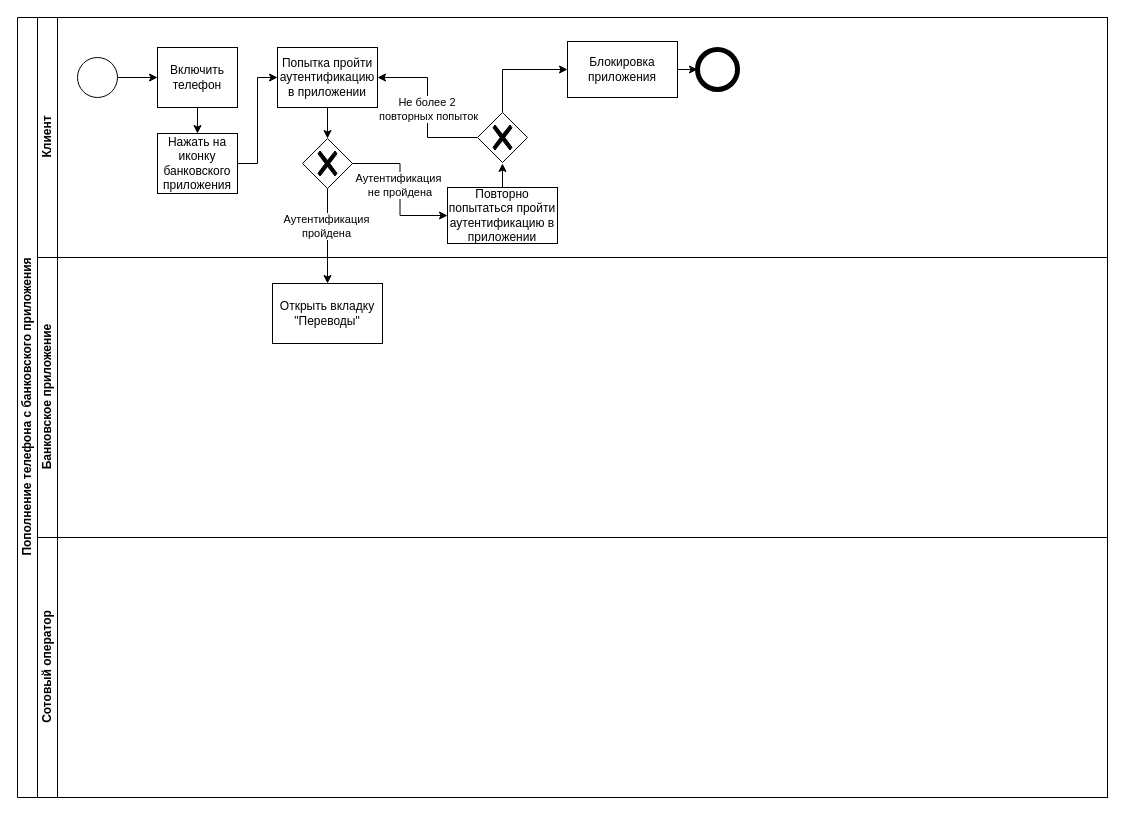
The draw.io diagram BPMN для тестового задания.drawio in pytonuserouner/UML_study, before the edit. Source tidied: cells renumbered, new cells numbered last; positions are measured from the earlier drawing's top-left corner, leaving out a move shared by most shapes. Both pictures are drawn from the tidied source at 100%, with x=0, y=0 at pixel (17, 17).
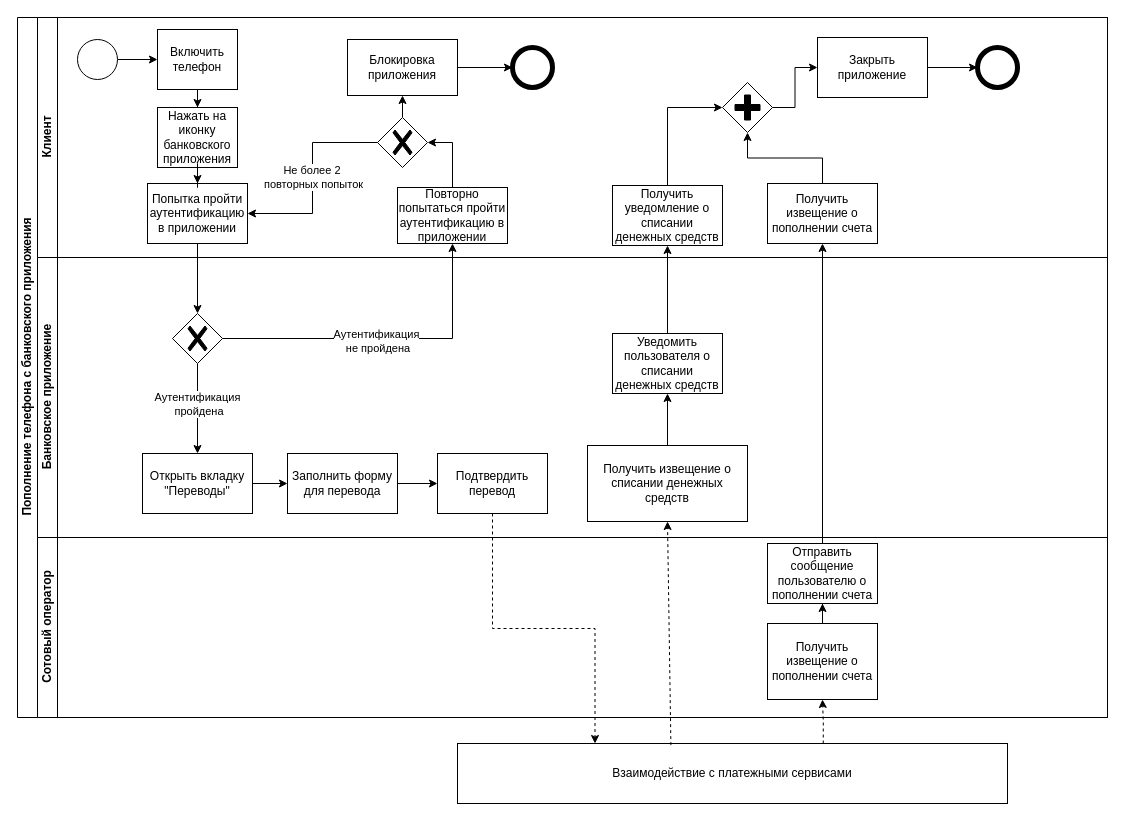
The same page after the edit.

Unchanged cells that the change refers to:
```xml
<mxCell id="3" value="Клиент" style="swimlane;html=1;startSize=20;horizontal=0;" parent="2" vertex="1">
  <mxGeometry x="20" width="1070" height="240" as="geometry" />
</mxCell>
<mxCell id="24" value="Банковское приложение" style="swimlane;html=1;startSize=20;horizontal=0;" parent="2" vertex="1">
  <mxGeometry x="20" y="240" width="1070" height="280" as="geometry" />
</mxCell>
```

The edit, as a diff of the source:
```diff
@@
     <mxCell id="2" value="Пополнение телефона с банковского приложения" style="swimlane;html=1;horizontal=0;startSize=20;" parent="1" vertex="1">
-      <mxGeometry width="1090" height="780" as="geometry" />
+      <mxGeometry width="1090" height="700" as="geometry" />
     </mxCell>
@@
     <mxCell id="5" style="ellipse;whiteSpace=wrap;html=1;" parent="3" vertex="1">
-      <mxGeometry x="40" y="40" width="40" height="40" as="geometry" />
+      <mxGeometry x="40" y="22" width="40" height="40" as="geometry" />
     </mxCell>
@@
     <mxCell id="7" value="Включить телефон" style="rounded=0;whiteSpace=wrap;html=1;fontFamily=Helvetica;fontSize=12;fontColor=#000000;align=center;" parent="3" vertex="1">
-      <mxGeometry x="120" y="30" width="80" height="60" as="geometry" />
+      <mxGeometry x="120" y="12" width="80" height="60" as="geometry" />
     </mxCell>
     <mxCell id="8" style="ellipse;whiteSpace=wrap;html=1;strokeWidth=5;" parent="3" vertex="1">
-      <mxGeometry x="660" y="32" width="40" height="40" as="geometry" />
+      <mxGeometry x="475" y="30" width="40" height="40" as="geometry" />
     </mxCell>
-    <mxCell id="9" style="edgeStyle=orthogonalEdgeStyle;rounded=0;jettySize=auto;html=1;entryX=0;entryY=0.5;entryDx=0;entryDy=0;" parent="3" edge="1" source="10" target="11">
-      <mxGeometry relative="1" as="geometry" />
-    </mxCell>
     <mxCell id="10" value="Нажать на иконку банковского приложения" style="rounded=0;whiteSpace=wrap;html=1;fontFamily=Helvetica;fontSize=12;fontColor=#000000;align=center;" parent="3" vertex="1">
-      <mxGeometry x="120" y="116" width="80" height="60" as="geometry" />
+      <mxGeometry x="120" y="90" width="80" height="60" as="geometry" />
     </mxCell>
-    <mxCell id="11" value="Попытка пройти аутентификацию в приложении" style="rounded=0;whiteSpace=wrap;html=1;fontFamily=Helvetica;fontSize=12;fontColor=#000000;align=center;" parent="3" vertex="1">
-      <mxGeometry x="240" y="30" width="100" height="60" as="geometry" />
-    </mxCell>
-    <mxCell id="12" style="edgeStyle=orthogonalEdgeStyle;rounded=0;jettySize=auto;html=1;exitX=1;exitY=0.5;exitDx=0;exitDy=0;exitPerimeter=0;entryX=0;entryY=0.5;entryDx=0;entryDy=0;" parent="3" edge="1" source="14" target="17">
-      <mxGeometry relative="1" as="geometry" />
-    </mxCell>
-    <mxCell id="13" value="Аутентификация&lt;div&gt;&amp;nbsp;не пройдена&lt;/div&gt;" style="edgeLabel;html=1;align=center;verticalAlign=middle;" parent="12" vertex="1">
-      <mxGeometry x="-0.06" y="-2" relative="1" as="geometry" />
-    </mxCell>
-    <mxCell id="14" style="points=[[0.25,0.25,0],[0.5,0,0],[0.75,0.25,0],[1,0.5,0],[0.75,0.75,0],[0.5,1,0],[0.25,0.75,0],[0,0.5,0]];shape=mxgraph.bpmn.gateway2;html=1;verticalLabelPosition=bottom;labelBackgroundColor=#ffffff;verticalAlign=top;align=center;perimeter=rhombusPerimeter;outlineConnect=0;outline=none;symbol=none;gwType=exclusive;" parent="3" vertex="1">
-      <mxGeometry x="265" y="121" width="50" height="50" as="geometry" />
-    </mxCell>
-    <mxCell id="15" style="edgeStyle=orthogonalEdgeStyle;rounded=0;jettySize=auto;html=1;exitX=0.5;exitY=1;exitDx=0;exitDy=0;entryX=0.5;entryY=0;entryDx=0;entryDy=0;entryPerimeter=0;" parent="3" edge="1" source="11" target="14">
-      <mxGeometry relative="1" as="geometry" />
-    </mxCell>
-    <mxCell id="16" style="edgeStyle=orthogonalEdgeStyle;rounded=0;jettySize=auto;html=1;" parent="3" edge="1" source="17">
-      <mxGeometry relative="1" as="geometry">
-        <mxPoint x="465" y="146" as="targetPoint" />
-      </mxGeometry>
-    </mxCell>
-    <mxCell id="17" value="Повторно попытаться пройти аутентификацию в приложении" style="rounded=0;whiteSpace=wrap;html=1;fontFamily=Helvetica;fontSize=12;fontColor=#000000;align=center;" parent="3" vertex="1">
-      <mxGeometry x="410" y="170" width="110" height="56" as="geometry" />
-    </mxCell>
-    <mxCell id="18" style="edgeStyle=orthogonalEdgeStyle;rounded=0;jettySize=auto;html=1;entryX=1;entryY=0.5;entryDx=0;entryDy=0;" parent="3" edge="1" source="21" target="11">
-      <mxGeometry relative="1" as="geometry" />
-    </mxCell>
-    <mxCell id="19" value="Не более 2&amp;nbsp;&lt;div&gt;повторных попыток&lt;/div&gt;" style="edgeLabel;html=1;align=center;verticalAlign=middle;" parent="18" vertex="1">
-      <mxGeometry x="-0.01" relative="1" as="geometry" />
-    </mxCell>
-    <mxCell id="20" style="edgeStyle=orthogonalEdgeStyle;rounded=0;jettySize=auto;html=1;exitX=0.5;exitY=0;exitDx=0;exitDy=0;exitPerimeter=0;entryX=0;entryY=0.5;entryDx=0;entryDy=0;" parent="3" edge="1" source="21" target="23">
+    <mxCell id="20" style="edgeStyle=orthogonalEdgeStyle;rounded=0;jettySize=auto;html=1;exitX=0.5;exitY=0;exitDx=0;exitDy=0;exitPerimeter=0;entryX=0.5;entryY=1;entryDx=0;entryDy=0;" parent="3" edge="1" source="21" target="23">
       <mxGeometry relative="1" as="geometry" />
     </mxCell>
     <mxCell id="21" style="points=[[0.25,0.25,0],[0.5,0,0],[0.75,0.25,0],[1,0.5,0],[0.75,0.75,0],[0.5,1,0],[0.25,0.75,0],[0,0.5,0]];shape=mxgraph.bpmn.gateway2;html=1;verticalLabelPosition=bottom;labelBackgroundColor=#ffffff;verticalAlign=top;align=center;perimeter=rhombusPerimeter;outlineConnect=0;outline=none;symbol=none;gwType=exclusive;" parent="3" vertex="1">
-      <mxGeometry x="440" y="95" width="50" height="50" as="geometry" />
+      <mxGeometry x="340" y="100" width="50" height="50" as="geometry" />
     </mxCell>
@@
     <mxCell id="23" value="Блокировка приложения" style="rounded=0;whiteSpace=wrap;html=1;fontFamily=Helvetica;fontSize=12;fontColor=#000000;align=center;" parent="3" vertex="1">
-      <mxGeometry x="530" y="24" width="110" height="56" as="geometry" />
+      <mxGeometry x="310" y="22" width="110" height="56" as="geometry" />
     </mxCell>
+    <mxCell id="11" value="Попытка пройти аутентификацию в приложении" style="rounded=0;whiteSpace=wrap;html=1;fontFamily=Helvetica;fontSize=12;fontColor=#000000;align=center;" parent="3" vertex="1">
+      <mxGeometry x="110" y="166" width="100" height="60" as="geometry" />
+    </mxCell>
+    <mxCell id="18" style="edgeStyle=orthogonalEdgeStyle;rounded=0;jettySize=auto;html=1;entryX=1;entryY=0.5;entryDx=0;entryDy=0;" parent="3" edge="1" source="21" target="11">
+      <mxGeometry relative="1" as="geometry" />
+    </mxCell>
+    <mxCell id="19" value="Не более 2&amp;nbsp;&lt;div&gt;повторных попыток&lt;/div&gt;" style="edgeLabel;html=1;align=center;verticalAlign=middle;" parent="18" vertex="1">
+      <mxGeometry x="-0.01" relative="1" as="geometry" />
+    </mxCell>
+    <mxCell id="9" style="edgeStyle=orthogonalEdgeStyle;rounded=0;jettySize=auto;html=1;entryX=0.5;entryY=0;entryDx=0;entryDy=0;" parent="3" edge="1" source="10" target="11">
+      <mxGeometry relative="1" as="geometry" />
+    </mxCell>
+    <mxCell id="29" value="Получить извещение о пополнении счета" style="rounded=0;whiteSpace=wrap;html=1;fontFamily=Helvetica;fontSize=12;fontColor=#000000;align=center;" parent="3" vertex="1">
+      <mxGeometry x="730" y="166" width="110" height="60" as="geometry" />
+    </mxCell>
+    <mxCell id="30" value="Получить уведомление о списании денежных средств" style="rounded=0;whiteSpace=wrap;html=1;fontFamily=Helvetica;fontSize=12;fontColor=#000000;align=center;" parent="3" vertex="1">
+      <mxGeometry x="575" y="168" width="110" height="60" as="geometry" />
+    </mxCell>
+    <mxCell id="31" style="edgeStyle=orthogonalEdgeStyle;rounded=0;jettySize=auto;html=1;entryX=0;entryY=0.5;entryDx=0;entryDy=0;" parent="3" edge="1" source="32" target="37">
+      <mxGeometry relative="1" as="geometry" />
+    </mxCell>
+    <mxCell id="32" style="points=[[0.25,0.25,0],[0.5,0,0],[0.75,0.25,0],[1,0.5,0],[0.75,0.75,0],[0.5,1,0],[0.25,0.75,0],[0,0.5,0]];shape=mxgraph.bpmn.gateway2;html=1;verticalLabelPosition=bottom;labelBackgroundColor=#ffffff;verticalAlign=top;align=center;perimeter=rhombusPerimeter;outlineConnect=0;outline=none;symbol=none;gwType=parallel;" parent="3" vertex="1">
+      <mxGeometry x="685" y="65" width="50" height="50" as="geometry" />
+    </mxCell>
+    <mxCell id="33" style="edgeStyle=orthogonalEdgeStyle;rounded=0;jettySize=auto;html=1;entryX=0;entryY=0.5;entryDx=0;entryDy=0;entryPerimeter=0;" parent="3" edge="1" source="30" target="32">
+      <mxGeometry relative="1" as="geometry" />
+    </mxCell>
+    <mxCell id="34" style="edgeStyle=orthogonalEdgeStyle;rounded=0;jettySize=auto;html=1;entryX=0.5;entryY=1;entryDx=0;entryDy=0;entryPerimeter=0;" parent="3" edge="1" source="29" target="32">
+      <mxGeometry relative="1" as="geometry" />
+    </mxCell>
+    <mxCell id="35" style="ellipse;whiteSpace=wrap;html=1;strokeWidth=5;" parent="3" vertex="1">
+      <mxGeometry x="940" y="30" width="40" height="40" as="geometry" />
+    </mxCell>
+    <mxCell id="36" style="edgeStyle=orthogonalEdgeStyle;rounded=0;jettySize=auto;html=1;entryX=0;entryY=0.5;entryDx=0;entryDy=0;" parent="3" edge="1" source="37" target="35">
+      <mxGeometry relative="1" as="geometry" />
+    </mxCell>
+    <mxCell id="37" value="Закрыть приложение" style="rounded=0;whiteSpace=wrap;html=1;fontFamily=Helvetica;fontSize=12;fontColor=#000000;align=center;" parent="3" vertex="1">
+      <mxGeometry x="780" y="20" width="110" height="60" as="geometry" />
+    </mxCell>
+    <mxCell id="17" value="Повторно попытаться пройти аутентификацию в приложении" style="rounded=0;whiteSpace=wrap;html=1;fontFamily=Helvetica;fontSize=12;fontColor=#000000;align=center;" parent="3" vertex="1">
+      <mxGeometry x="360" y="170" width="110" height="56" as="geometry" />
+    </mxCell>
+    <mxCell id="16" style="edgeStyle=orthogonalEdgeStyle;rounded=0;jettySize=auto;html=1;entryX=1;entryY=0.5;entryDx=0;entryDy=0;entryPerimeter=0;" parent="3" edge="1" source="17" target="21">
+      <mxGeometry relative="1" as="geometry" />
+    </mxCell>
@@
+    <mxCell id="38" style="edgeStyle=orthogonalEdgeStyle;rounded=0;jettySize=auto;html=1;exitX=1;exitY=0.5;exitDx=0;exitDy=0;entryX=0;entryY=0.5;entryDx=0;entryDy=0;" parent="24" edge="1" source="25" target="40">
+      <mxGeometry relative="1" as="geometry" />
+    </mxCell>
     <mxCell id="25" value="Открыть вкладку &quot;Переводы&quot;" style="rounded=0;whiteSpace=wrap;html=1;fontFamily=Helvetica;fontSize=12;fontColor=#000000;align=center;" parent="24" vertex="1">
-      <mxGeometry x="235" y="26" width="110" height="60" as="geometry" />
+      <mxGeometry x="105" y="196" width="110" height="60" as="geometry" />
     </mxCell>
-    <mxCell id="26" value="Сотовый оператор" style="swimlane;html=1;startSize=20;horizontal=0;" parent="2" vertex="1">
-      <mxGeometry x="20" y="520" width="1070" height="260" as="geometry" />
-    </mxCell>
+    <mxCell id="39" style="edgeStyle=orthogonalEdgeStyle;rounded=0;jettySize=auto;html=1;exitX=1;exitY=0.5;exitDx=0;exitDy=0;entryX=0;entryY=0.5;entryDx=0;entryDy=0;" parent="24" edge="1" source="40" target="41">
+      <mxGeometry relative="1" as="geometry" />
+    </mxCell>
+    <mxCell id="40" value="Заполнить форму для перевода" style="rounded=0;whiteSpace=wrap;html=1;fontFamily=Helvetica;fontSize=12;fontColor=#000000;align=center;" parent="24" vertex="1">
+      <mxGeometry x="250" y="196" width="110" height="60" as="geometry" />
+    </mxCell>
+    <mxCell id="41" value="Подтвердить перевод" style="rounded=0;whiteSpace=wrap;html=1;fontFamily=Helvetica;fontSize=12;fontColor=#000000;align=center;" parent="24" vertex="1">
+      <mxGeometry x="400" y="196" width="110" height="60" as="geometry" />
+    </mxCell>
-    <mxCell id="27" style="edgeStyle=orthogonalEdgeStyle;rounded=0;jettySize=auto;html=1;exitX=0.5;exitY=1;exitDx=0;exitDy=0;exitPerimeter=0;entryX=0.5;entryY=0;entryDx=0;entryDy=0;" parent="2" edge="1" source="14" target="25">
+    <mxCell id="27" style="edgeStyle=orthogonalEdgeStyle;rounded=0;jettySize=auto;html=1;exitX=0.5;exitY=1;exitDx=0;exitDy=0;exitPerimeter=0;entryX=0.5;entryY=0;entryDx=0;entryDy=0;" parent="24" edge="1" source="14" target="25">
       <mxGeometry relative="1" as="geometry" />
     </mxCell>
-    <mxCell id="28" value="Аутентификация&lt;div&gt;пройдена&lt;/div&gt;" style="edgeLabel;html=1;align=center;verticalAlign=middle;" parent="27" vertex="1">
-      <mxGeometry x="-0.22" y="-2" relative="1" as="geometry" />
+    <mxCell id="28" value="Аутентификация&lt;div&gt;&amp;nbsp;пройдена&lt;/div&gt;" style="edgeLabel;html=1;align=center;verticalAlign=middle;" parent="27" vertex="1">
+      <mxGeometry x="-0.12" y="-1" relative="1" as="geometry" />
     </mxCell>
+    <mxCell id="14" style="points=[[0.25,0.25,0],[0.5,0,0],[0.75,0.25,0],[1,0.5,0],[0.75,0.75,0],[0.5,1,0],[0.25,0.75,0],[0,0.5,0]];shape=mxgraph.bpmn.gateway2;html=1;verticalLabelPosition=bottom;labelBackgroundColor=#ffffff;verticalAlign=top;align=center;perimeter=rhombusPerimeter;outlineConnect=0;outline=none;symbol=none;gwType=exclusive;" parent="24" vertex="1">
+      <mxGeometry x="135" y="56" width="50" height="50" as="geometry" />
+    </mxCell>
+    <mxCell id="42" style="edgeStyle=orthogonalEdgeStyle;rounded=0;jettySize=auto;html=1;entryX=0.5;entryY=1;entryDx=0;entryDy=0;" parent="24" edge="1" source="43" target="44">
+      <mxGeometry relative="1" as="geometry" />
+    </mxCell>
+    <mxCell id="43" value="Получить извещение о списании денежных средств" style="rounded=0;whiteSpace=wrap;html=1;fontFamily=Helvetica;fontSize=12;fontColor=#000000;align=center;" parent="24" vertex="1">
+      <mxGeometry x="550" y="188" width="160" height="76" as="geometry" />
+    </mxCell>
+    <mxCell id="44" value="Уведомить пользователя о списании денежных средств" style="rounded=0;whiteSpace=wrap;html=1;fontFamily=Helvetica;fontSize=12;fontColor=#000000;align=center;" parent="24" vertex="1">
+      <mxGeometry x="575" y="76" width="110" height="60" as="geometry" />
+    </mxCell>
+    <mxCell id="26" value="Сотовый оператор" style="swimlane;html=1;startSize=20;horizontal=0;" parent="2" vertex="1">
+      <mxGeometry x="20" y="520" width="1070" height="180" as="geometry" />
+    </mxCell>
+    <mxCell id="45" style="edgeStyle=orthogonalEdgeStyle;rounded=0;jettySize=auto;html=1;entryX=0.5;entryY=1;entryDx=0;entryDy=0;" parent="26" edge="1" source="46" target="47">
+      <mxGeometry relative="1" as="geometry" />
+    </mxCell>
+    <mxCell id="46" value="Получить извещение о пополнении счета" style="rounded=0;whiteSpace=wrap;html=1;fontFamily=Helvetica;fontSize=12;fontColor=#000000;align=center;" parent="26" vertex="1">
+      <mxGeometry x="730" y="86" width="110" height="76" as="geometry" />
+    </mxCell>
+    <mxCell id="47" value="Отправить сообщение пользователю о пополнении счета" style="rounded=0;whiteSpace=wrap;html=1;fontFamily=Helvetica;fontSize=12;fontColor=#000000;align=center;" parent="26" vertex="1">
+      <mxGeometry x="730" y="6" width="110" height="60" as="geometry" />
+    </mxCell>
+    <mxCell id="15" style="edgeStyle=orthogonalEdgeStyle;rounded=0;jettySize=auto;html=1;exitX=0.5;exitY=1;exitDx=0;exitDy=0;entryX=0.5;entryY=0;entryDx=0;entryDy=0;entryPerimeter=0;" parent="2" edge="1" source="11" target="14">
+      <mxGeometry relative="1" as="geometry" />
+    </mxCell>
+    <mxCell id="48" style="edgeStyle=orthogonalEdgeStyle;rounded=0;jettySize=auto;html=1;entryX=0.5;entryY=1;entryDx=0;entryDy=0;" parent="2" edge="1" source="47" target="29">
+      <mxGeometry relative="1" as="geometry" />
+    </mxCell>
+    <mxCell id="49" style="edgeStyle=orthogonalEdgeStyle;rounded=0;jettySize=auto;html=1;entryX=0.5;entryY=1;entryDx=0;entryDy=0;" parent="2" edge="1" source="44" target="30">
+      <mxGeometry relative="1" as="geometry" />
+    </mxCell>
+    <mxCell id="12" style="edgeStyle=orthogonalEdgeStyle;rounded=0;jettySize=auto;html=1;exitX=1;exitY=0.5;exitDx=0;exitDy=0;exitPerimeter=0;entryX=0.5;entryY=1;entryDx=0;entryDy=0;" parent="2" edge="1" source="14" target="17">
+      <mxGeometry relative="1" as="geometry" />
+    </mxCell>
+    <mxCell id="13" value="Аутентификация&lt;div&gt;&amp;nbsp;не пройдена&lt;/div&gt;" style="edgeLabel;html=1;align=center;verticalAlign=middle;" parent="12" vertex="1">
+      <mxGeometry x="-0.06" y="-2" relative="1" as="geometry" />
+    </mxCell>
+    <mxCell id="50" style="edgeStyle=orthogonalEdgeStyle;rounded=0;jettySize=auto;html=1;exitX=0.665;exitY=0;exitDx=0;exitDy=0;entryX=0.5;entryY=1;entryDx=0;entryDy=0;dashed=1;exitPerimeter=0;" parent="1" edge="1" source="51" target="46">
+      <mxGeometry relative="1" as="geometry" />
+    </mxCell>
+    <mxCell id="51" value="Взаимодействие с платежными сервисами" style="rounded=0;whiteSpace=wrap;html=1;fontFamily=Helvetica;fontSize=12;fontColor=#000000;align=center;" parent="1" vertex="1">
+      <mxGeometry x="440" y="726" width="550" height="60" as="geometry" />
+    </mxCell>
+    <mxCell id="52" style="edgeStyle=orthogonalEdgeStyle;rounded=0;jettySize=auto;html=1;exitX=0.5;exitY=1;exitDx=0;exitDy=0;entryX=0.25;entryY=0;entryDx=0;entryDy=0;dashed=1;" parent="1" edge="1" source="41" target="51">
+      <mxGeometry relative="1" as="geometry" />
+    </mxCell>
+    <mxCell id="53" style="endArrow=classic;html=1;rounded=0;exitX=0.388;exitY=0.027;exitDx=0;exitDy=0;exitPerimeter=0;entryX=0.5;entryY=1;entryDx=0;entryDy=0;dashed=1;" parent="1" edge="1" source="51" target="43">
+      <mxGeometry relative="1" as="geometry" />
+    </mxCell>
```
